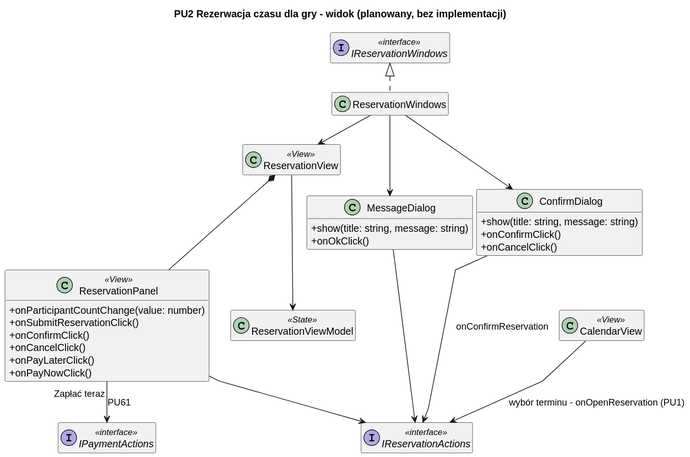
This is diagrams/frontend/rendered/reservation-view.svg from Igor-Ochocki/POP-2026Z, a PlantUML export, as it was before one commit.
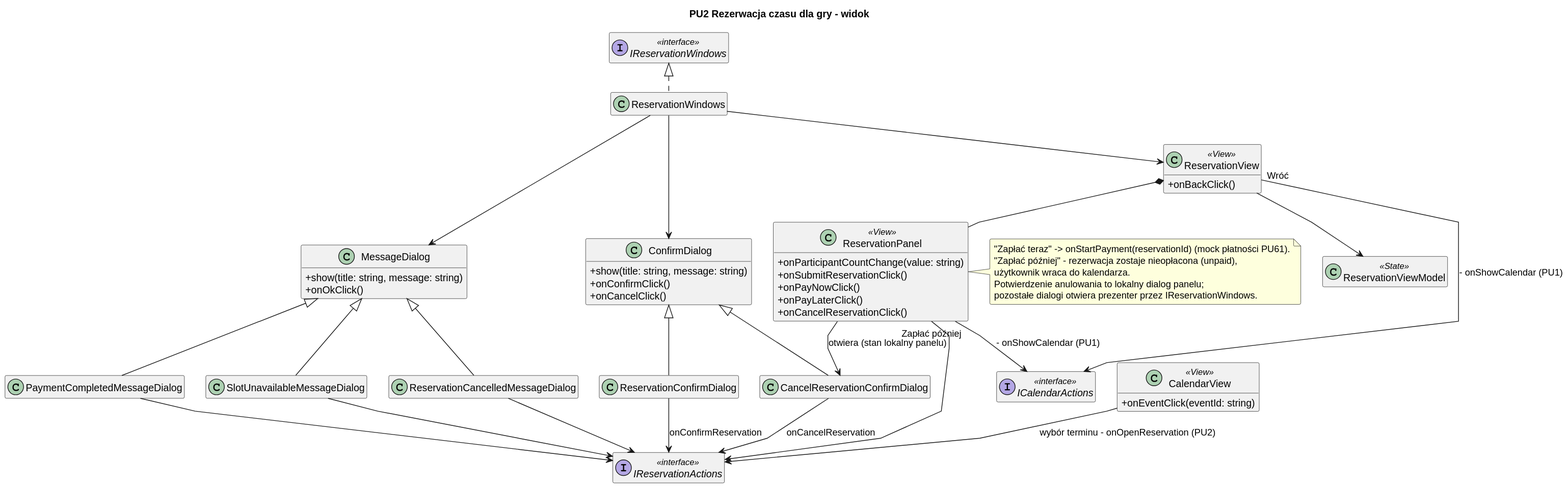
The same diagram one commit later.

Diff of the diagram source:
```diff
@@ -8,22 +8,22 @@
 skinparam ranksep 40
 hide empty members
 
-title PU2 Rezerwacja czasu dla gry - widok (planowany, bez implementacji)
+title PU2 Rezerwacja czasu dla gry - widok
 
-class ReservationView <<View>>
+class CalendarView <<View>> {
+    + onEventClick(eventId: string)
+}
+
+class ReservationView <<View>> {
+    + onBackClick()
+}
 
 class ReservationPanel <<View>> {
-    + onParticipantCountChange(value: number)
+    + onParticipantCountChange(value: string)
     + onSubmitReservationClick()
-    + onConfirmClick()
-    + onCancelClick()
+    + onPayNowClick()
     + onPayLaterClick()
-    + onPayNowClick()
-}
-
-class MessageDialog {
-    + show(title: string, message: string)
-    + onOkClick()
+    + onCancelReservationClick()
 }
 
 class ConfirmDialog {
@@ -32,23 +32,52 @@
     + onCancelClick()
 }
 
+class MessageDialog {
+    + show(title: string, message: string)
+    + onOkClick()
+}
+
+class ReservationConfirmDialog
+class CancelReservationConfirmDialog
+class PaymentCompletedMessageDialog
+class SlotUnavailableMessageDialog
+class ReservationCancelledMessageDialog
+
+ReservationConfirmDialog -u-|> ConfirmDialog
+CancelReservationConfirmDialog -u-|> ConfirmDialog
+PaymentCompletedMessageDialog -u-|> MessageDialog
+SlotUnavailableMessageDialog -u-|> MessageDialog
+ReservationCancelledMessageDialog -u-|> MessageDialog
+
 class ReservationWindows
 interface IReservationWindows <<interface>>
 interface IReservationActions <<interface>>
 class ReservationViewModel <<State>>
-interface IPaymentActions <<interface>>
-class CalendarView <<View>>
+interface ICalendarActions <<interface>>
 
 ReservationWindows .u.|> IReservationWindows
 ReservationWindows --> ReservationView
 ReservationWindows --> ConfirmDialog
 ReservationWindows --> MessageDialog
 
-CalendarView --> IReservationActions : wybór terminu - onOpenReservation (PU1)
+CalendarView --> IReservationActions : wybór terminu - onOpenReservation (PU2)
 ReservationView *-- ReservationPanel
+ReservationPanel --> CancelReservationConfirmDialog : otwiera (stan lokalny panelu)
 ReservationView --> ReservationViewModel
 ReservationPanel --> IReservationActions
-ConfirmDialog --> IReservationActions : onConfirmReservation
-MessageDialog --> IReservationActions
-ReservationPanel --> IPaymentActions : "Zapłać teraz" (PU61)
+ReservationConfirmDialog --> IReservationActions : onConfirmReservation
+CancelReservationConfirmDialog --> IReservationActions : onCancelReservation
+PaymentCompletedMessageDialog --> IReservationActions
+SlotUnavailableMessageDialog --> IReservationActions
+ReservationCancelledMessageDialog --> IReservationActions
+ReservationView --> ICalendarActions : "Wróć" - onShowCalendar (PU1)
+ReservationPanel --> ICalendarActions : "Zapłać później" - onShowCalendar (PU1)
+
+note right of ReservationPanel
+    "Zapłać teraz" -> onStartPayment(reservationId) (mock płatności PU61).
+    "Zapłać później" - rezerwacja zostaje nieopłacona (unpaid),
+    użytkownik wraca do kalendarza.
+    Potwierdzenie anulowania to lokalny dialog panelu;
+    pozostałe dialogi otwiera prezenter przez IReservationWindows.
+end note
 @enduml
```
